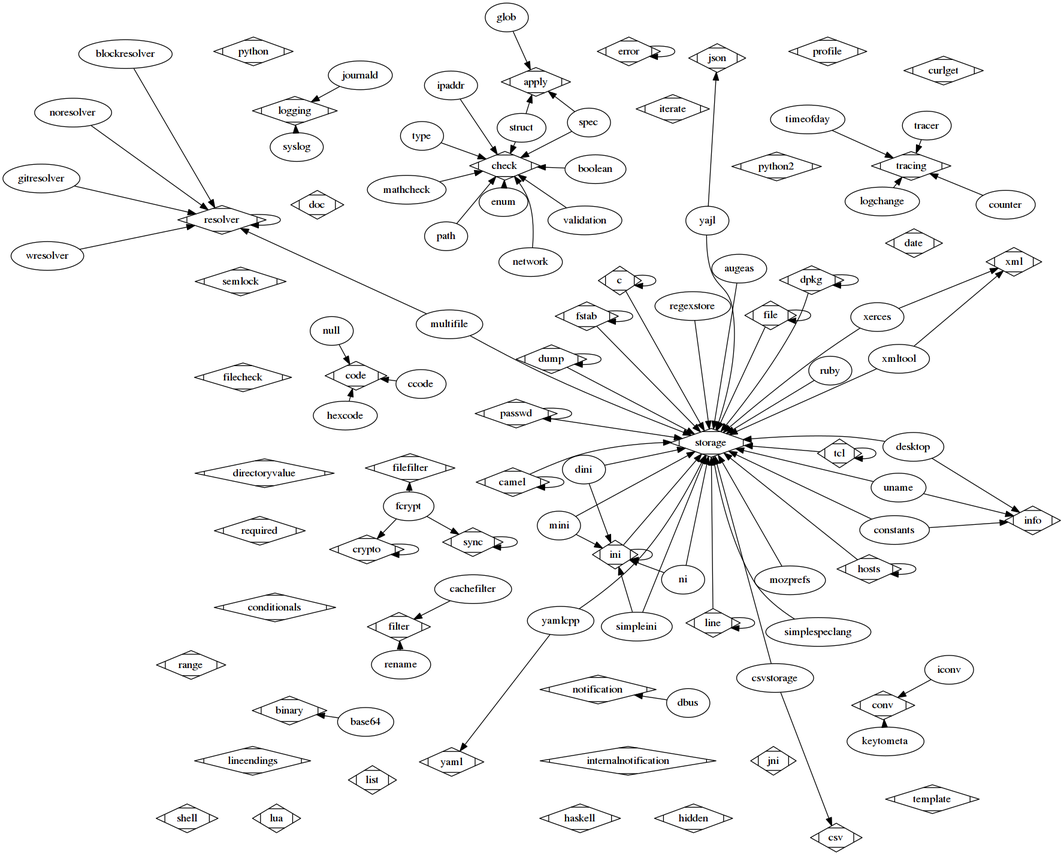
ElektraInitiative/libelektra keeps this Graphviz diagram as doc/images/plugins.png. Above is the earlier version. Its source is kept beside it as doc/images/plugins.dot.
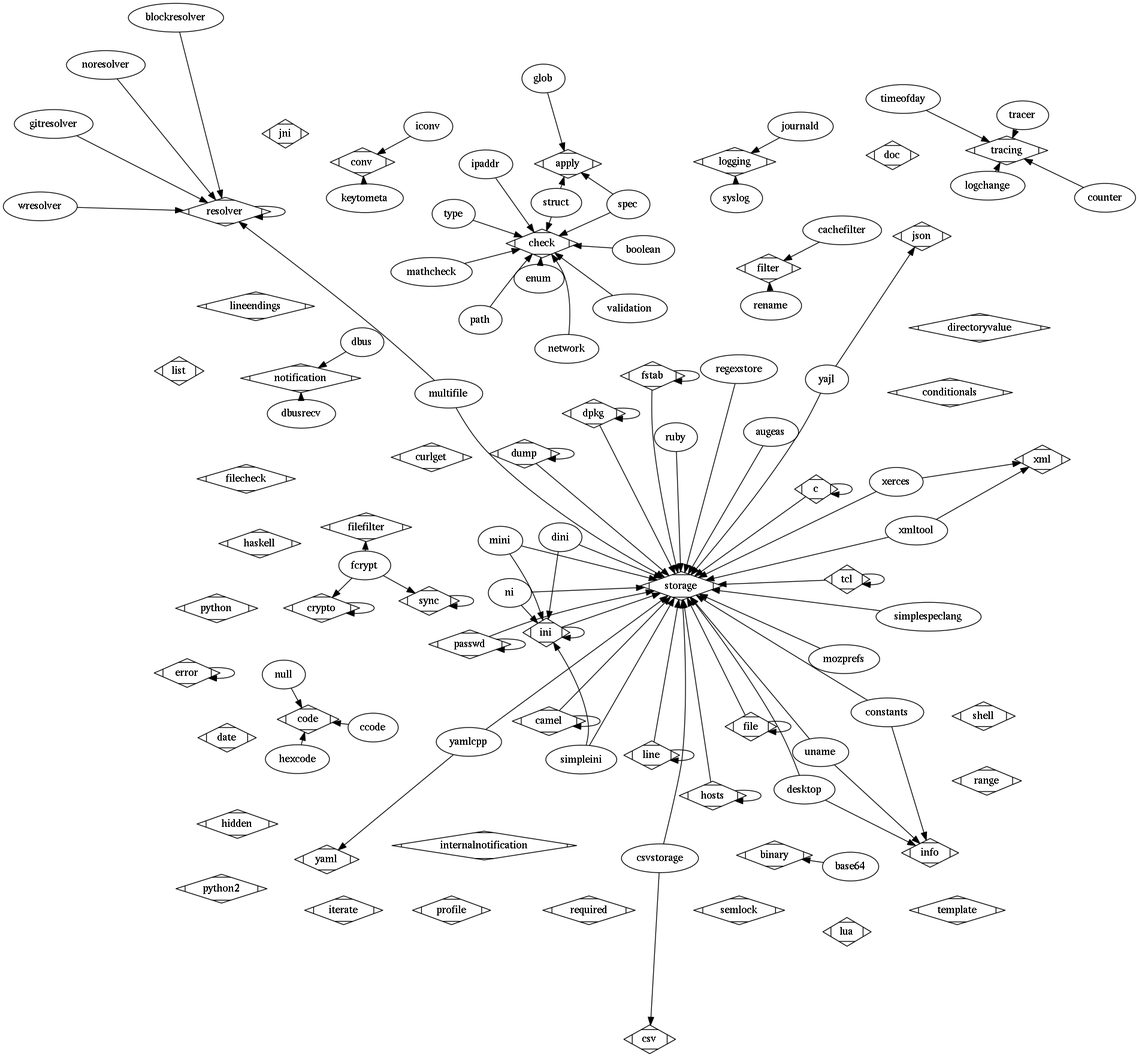
Above is the later version.

Commit message:
regenerate plugins

Change to the diagram source:
```diff
@@ -37,6 +37,8 @@
 	date [shape=Mdiamond];
 	notification [shape=Mdiamond];
 	dbus -> notification;
+	notification [shape=Mdiamond];
+	dbusrecv -> notification;
 	storage [shape=Mdiamond];
 	desktop -> storage;
 	info [shape=Mdiamond];
```
